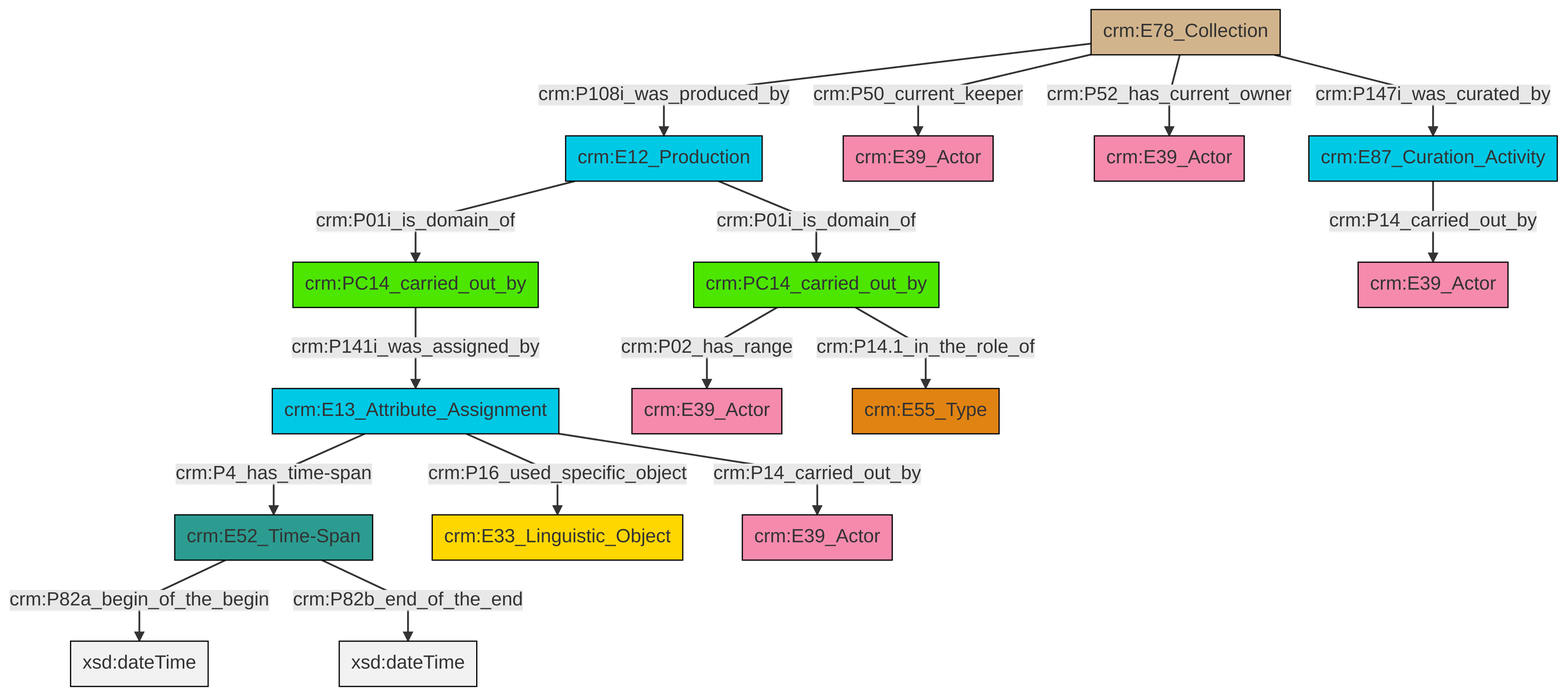
Above: et/archivalCSV/ttl/mmd/png/archival_relation.png in swiss-art-research-net/docs.swissartresearch (Mermaid), before the change. Its source is kept beside it as et/archivalCSV/ttl/mmd/archival_relation.ttl.mmd.
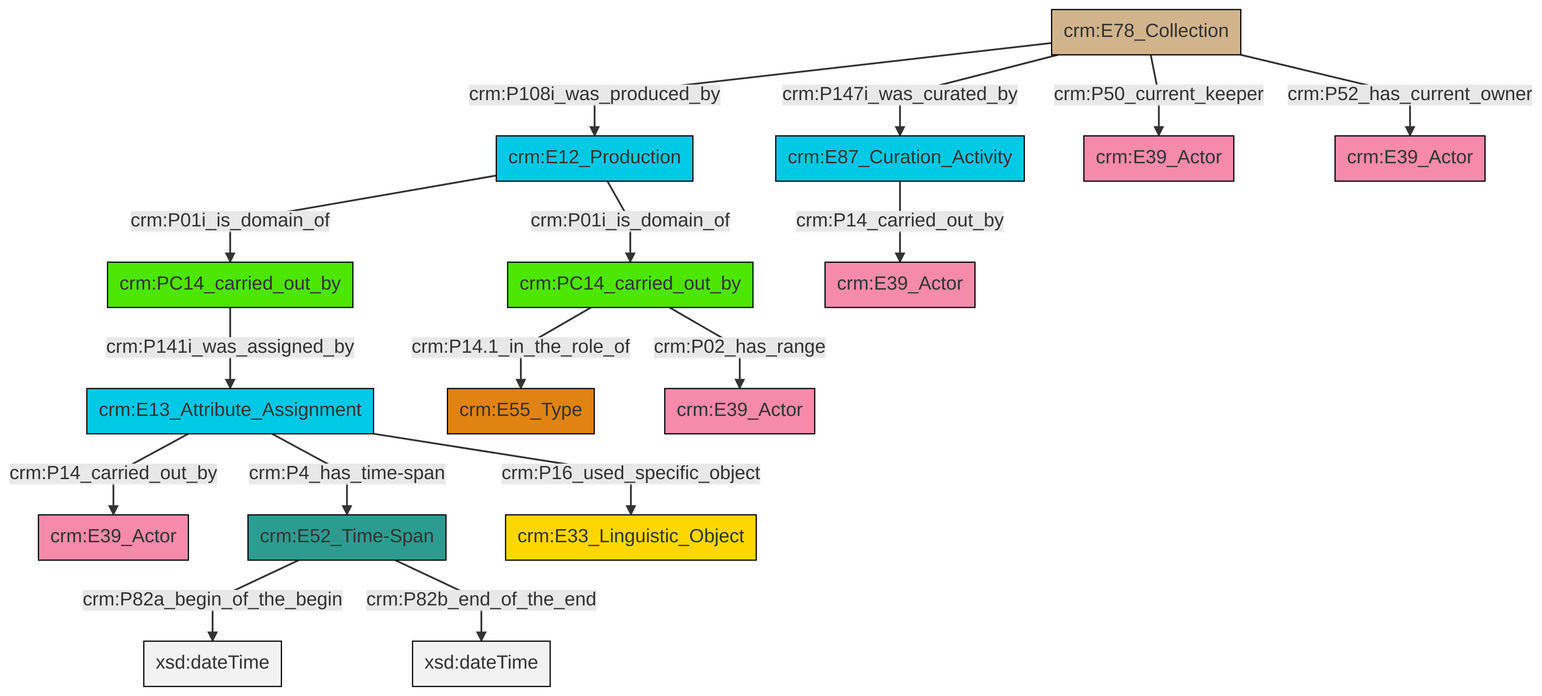
The same diagram one commit later.

Change to the diagram source:
```diff
@@ -13,18 +13,18 @@
 classDef PC_Classes fill:#4ce600, stroke:#000000;
 classDef Multi fill:#cccccc,stroke:#000000;
 
-0["crm:PC14_carried_out_by"]:::PC_Classes -->|crm:P02_has_range| 1["crm:E39_Actor"]:::Actor
-3["crm:E12_Production"]:::Temporal_Entity -->|crm:P01i_is_domain_of| 4["crm:PC14_carried_out_by"]:::PC_Classes
-5["crm:E13_Attribute_Assignment"]:::Temporal_Entity -->|crm:P4_has_time-span| 6["crm:E52_Time-Span"]:::Time-Span
-14["crm:E78_Collection"]:::Physical_Thing -->|crm:P108i_was_produced_by| 3["crm:E12_Production"]:::Temporal_Entity
-14["crm:E78_Collection"]:::Physical_Thing -->|crm:P50_current_keeper| 7["crm:E39_Actor"]:::Actor
-6["crm:E52_Time-Span"]:::Time-Span -->|crm:P82a_begin_of_the_begin| 17[xsd:dateTime]:::Literal
-4["crm:PC14_carried_out_by"]:::PC_Classes -->|crm:P141i_was_assigned_by| 5["crm:E13_Attribute_Assignment"]:::Temporal_Entity
-3["crm:E12_Production"]:::Temporal_Entity -->|crm:P01i_is_domain_of| 0["crm:PC14_carried_out_by"]:::PC_Classes
-14["crm:E78_Collection"]:::Physical_Thing -->|crm:P52_has_current_owner| 15["crm:E39_Actor"]:::Actor
-0["crm:PC14_carried_out_by"]:::PC_Classes -->|crm:P14.1_in_the_role_of| 9["crm:E55_Type"]:::Type
-14["crm:E78_Collection"]:::Physical_Thing -->|crm:P147i_was_curated_by| 23["crm:E87_Curation_Activity"]:::Temporal_Entity
-23["crm:E87_Curation_Activity"]:::Temporal_Entity -->|crm:P14_carried_out_by| 21["crm:E39_Actor"]:::Actor
-6["crm:E52_Time-Span"]:::Time-Span -->|crm:P82b_end_of_the_end| 28[xsd:dateTime]:::Literal
-5["crm:E13_Attribute_Assignment"]:::Temporal_Entity -->|crm:P16_used_specific_object| 12["crm:E33_Linguistic_Object"]:::Conceptual_Object
-5["crm:E13_Attribute_Assignment"]:::Temporal_Entity -->|crm:P14_carried_out_by| 26["crm:E39_Actor"]:::Actor
+0["crm:E12_Production"]:::Temporal_Entity -->|crm:P01i_is_domain_of| 4["crm:PC14_carried_out_by"]:::PC_Classes
+5["crm:E78_Collection"]:::Physical_Thing -->|crm:P50_current_keeper| 6["crm:E39_Actor"]:::Actor
+9["crm:E13_Attribute_Assignment"]:::Temporal_Entity -->|crm:P14_carried_out_by| 12["crm:E39_Actor"]:::Actor
+2["crm:E87_Curation_Activity"]:::Temporal_Entity -->|crm:P14_carried_out_by| 15["crm:E39_Actor"]:::Actor
+17["crm:E52_Time-Span"]:::Time-Span -->|crm:P82a_begin_of_the_begin| 18[xsd:dateTime]:::Literal
+5["crm:E78_Collection"]:::Physical_Thing -->|crm:P52_has_current_owner| 19["crm:E39_Actor"]:::Actor
+5["crm:E78_Collection"]:::Physical_Thing -->|crm:P147i_was_curated_by| 2["crm:E87_Curation_Activity"]:::Temporal_Entity
+0["crm:E12_Production"]:::Temporal_Entity -->|crm:P01i_is_domain_of| 13["crm:PC14_carried_out_by"]:::PC_Classes
+4["crm:PC14_carried_out_by"]:::PC_Classes -->|crm:P02_has_range| 23["crm:E39_Actor"]:::Actor
+9["crm:E13_Attribute_Assignment"]:::Temporal_Entity -->|crm:P16_used_specific_object| 25["crm:E33_Linguistic_Object"]:::Conceptual_Object
+9["crm:E13_Attribute_Assignment"]:::Temporal_Entity -->|crm:P4_has_time-span| 17["crm:E52_Time-Span"]:::Time-Span
+17["crm:E52_Time-Span"]:::Time-Span -->|crm:P82b_end_of_the_end| 26[xsd:dateTime]:::Literal
+5["crm:E78_Collection"]:::Physical_Thing -->|crm:P108i_was_produced_by| 0["crm:E12_Production"]:::Temporal_Entity
+4["crm:PC14_carried_out_by"]:::PC_Classes -->|crm:P14.1_in_the_role_of| 20["crm:E55_Type"]:::Type
+13["crm:PC14_carried_out_by"]:::PC_Classes -->|crm:P141i_was_assigned_by| 9["crm:E13_Attribute_Assignment"]:::Temporal_Entity
```
